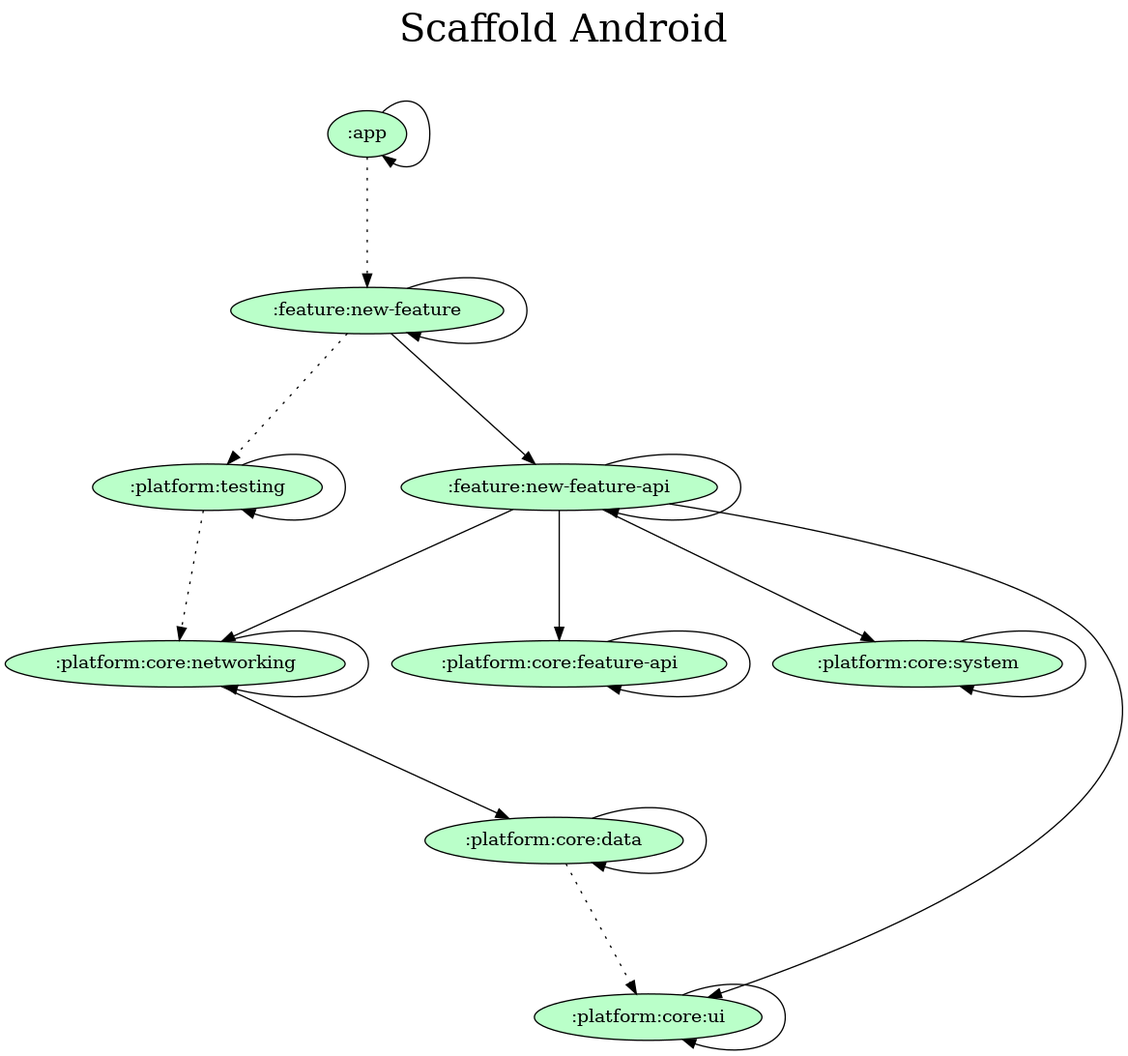
This is gradle/dependency-graph/project.dot.png from orogersilva/scaffold-android, a Graphviz export, as it was before one commit. Its source is kept beside it as gradle/dependency-graph/project.dot. Its diagram source:
```dot
digraph {
  graph [label="Scaffold Android\n ",labelloc=t,fontsize=30,ranksep=1.4];
  node [style=filled, fillcolor="#bbbbbb"];
  rankdir=TB;

  # Projects

  ":app" [fillcolor="#baffc9"];
  ":feature:new-feature" [fillcolor="#baffc9"];
  ":feature:new-feature-api" [fillcolor="#baffc9"];
  ":platform:core:data" [fillcolor="#baffc9"];
  ":platform:core:feature-api" [fillcolor="#baffc9"];
  ":platform:core:networking" [fillcolor="#baffc9"];
  ":platform:core:system" [fillcolor="#baffc9"];
  ":platform:core:ui" [fillcolor="#baffc9"];
  ":platform:testing" [fillcolor="#baffc9"];

  {rank = same;}

  # Dependencies

  ":app" -> ":app"
  ":app" -> ":feature:new-feature" [style=dotted]
  ":feature:new-feature" -> ":feature:new-feature-api"
  ":feature:new-feature" -> ":feature:new-feature"
  ":feature:new-feature" -> ":platform:testing" [style=dotted]
  ":feature:new-feature-api" -> ":platform:core:feature-api"
  ":feature:new-feature-api" -> ":platform:core:networking"
  ":feature:new-feature-api" -> ":platform:core:system"
  ":feature:new-feature-api" -> ":platform:core:ui"
  ":feature:new-feature-api" -> ":feature:new-feature-api"
  ":platform:testing" -> ":platform:testing"
  ":platform:testing" -> ":platform:core:networking" [style=dotted]
  ":platform:core:data" -> ":platform:core:data"
  ":platform:core:data" -> ":platform:core:ui" [style=dotted]
  ":platform:core:feature-api" -> ":platform:core:feature-api"
  ":platform:core:networking" -> ":platform:core:data"
  ":platform:core:networking" -> ":platform:core:networking"
  ":platform:core:system" -> ":platform:core:system"
  ":platform:core:ui" -> ":platform:core:ui"
}
```
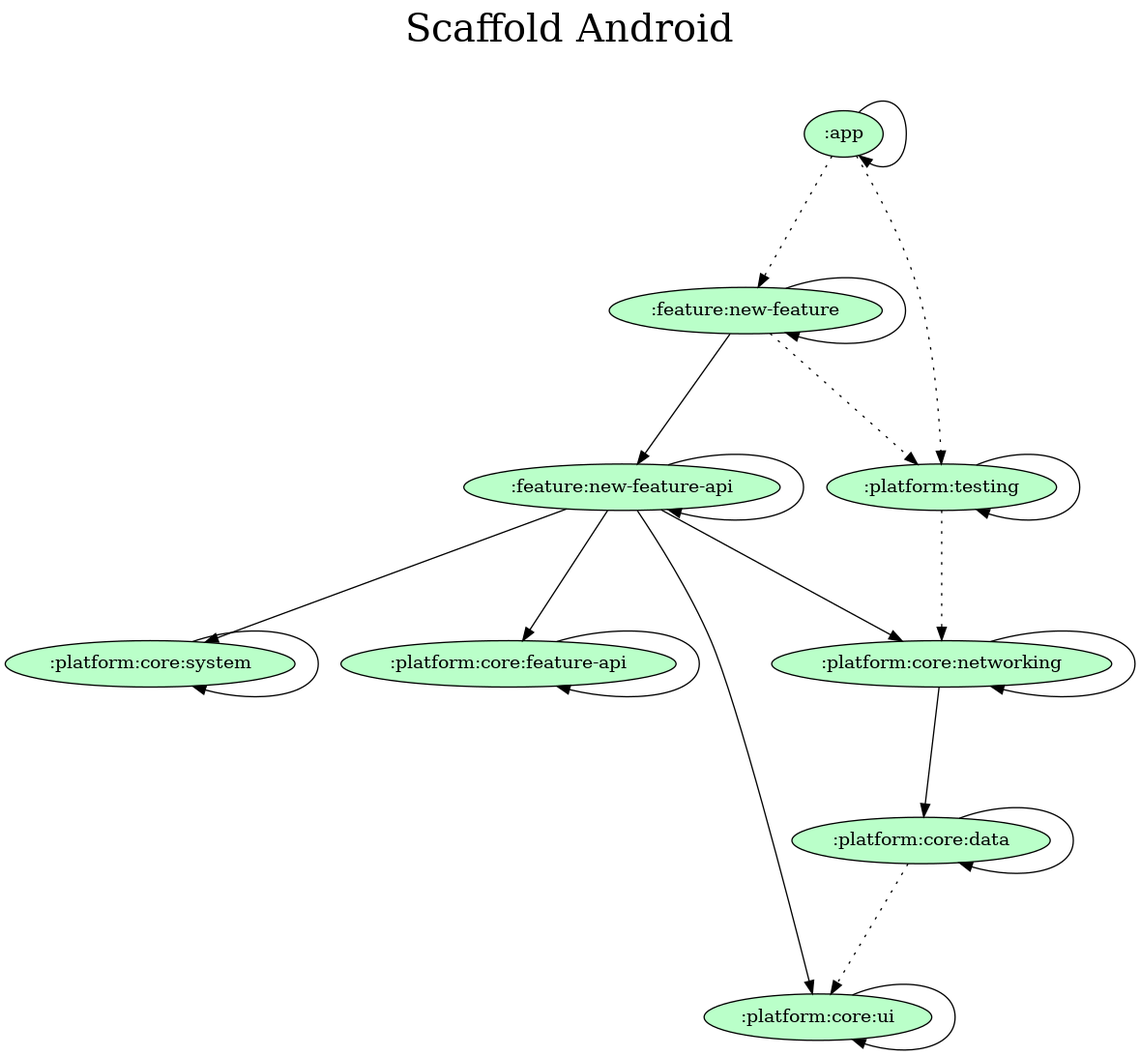
The same file after the commit.

Commit message:
docs: Updating dependency graph

Change to the diagram source:
```diff
@@ -19,23 +19,24 @@
 
   # Dependencies
 
+  ":app" -> ":platform:testing" [style=dotted]
   ":app" -> ":app"
   ":app" -> ":feature:new-feature" [style=dotted]
-  ":feature:new-feature" -> ":feature:new-feature-api"
-  ":feature:new-feature" -> ":feature:new-feature"
-  ":feature:new-feature" -> ":platform:testing" [style=dotted]
   ":feature:new-feature-api" -> ":platform:core:feature-api"
   ":feature:new-feature-api" -> ":platform:core:networking"
   ":feature:new-feature-api" -> ":platform:core:system"
   ":feature:new-feature-api" -> ":platform:core:ui"
   ":feature:new-feature-api" -> ":feature:new-feature-api"
+  ":feature:new-feature" -> ":feature:new-feature-api"
+  ":feature:new-feature" -> ":feature:new-feature"
+  ":feature:new-feature" -> ":platform:testing" [style=dotted]
   ":platform:testing" -> ":platform:testing"
   ":platform:testing" -> ":platform:core:networking" [style=dotted]
+  ":platform:core:system" -> ":platform:core:system"
   ":platform:core:data" -> ":platform:core:data"
   ":platform:core:data" -> ":platform:core:ui" [style=dotted]
+  ":platform:core:ui" -> ":platform:core:ui"
   ":platform:core:feature-api" -> ":platform:core:feature-api"
   ":platform:core:networking" -> ":platform:core:data"
   ":platform:core:networking" -> ":platform:core:networking"
-  ":platform:core:system" -> ":platform:core:system"
-  ":platform:core:ui" -> ":platform:core:ui"
 }
```
